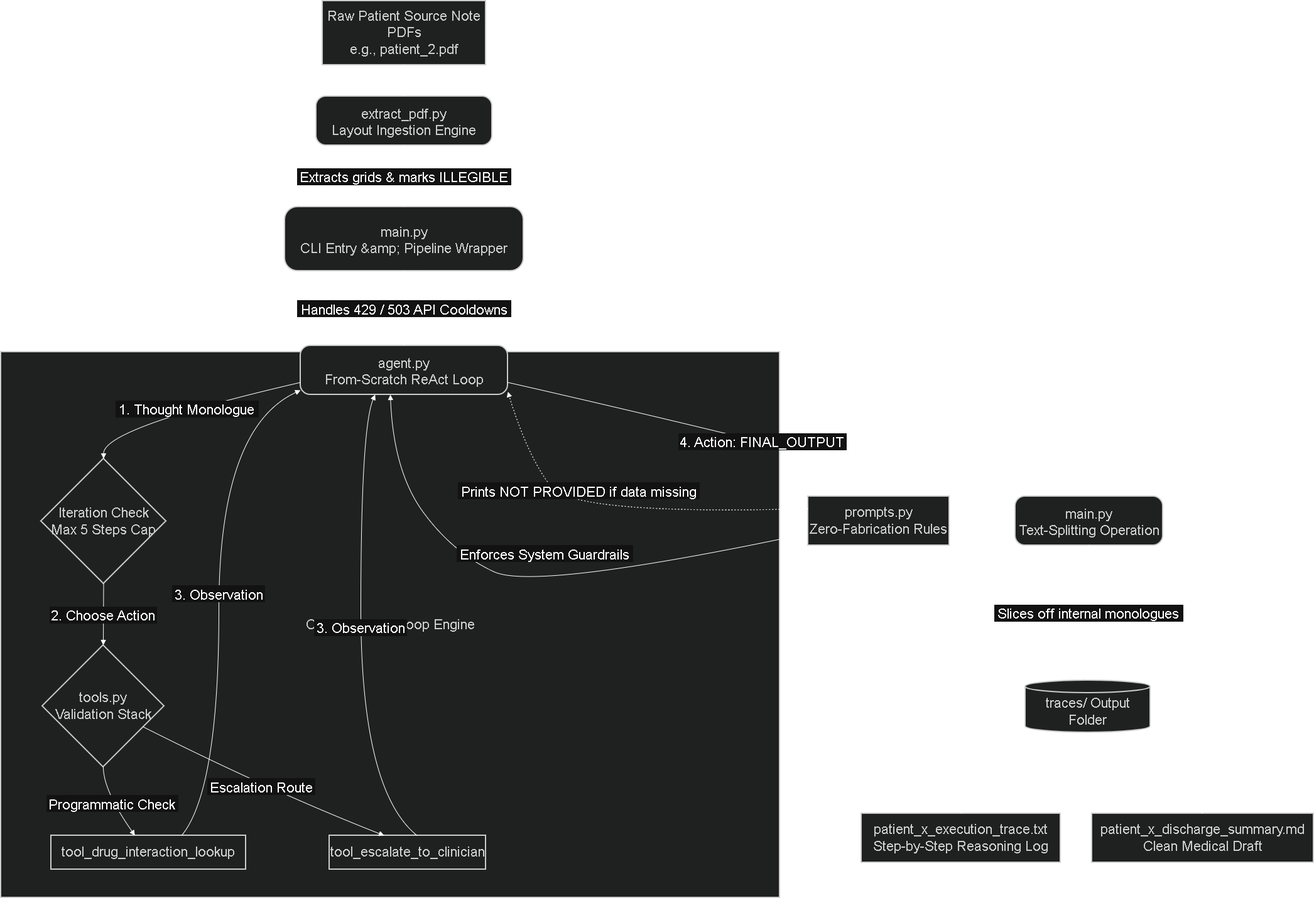
The draw.io diagram Describe_Discharge_Agent.png in karthik-k11/dscribe-discharge-agent, before a commit. Source tidied: cells renumbered, new cells last; positions are measured from the earlier drawing's top-left corner, leaving out a move shared by most shapes.
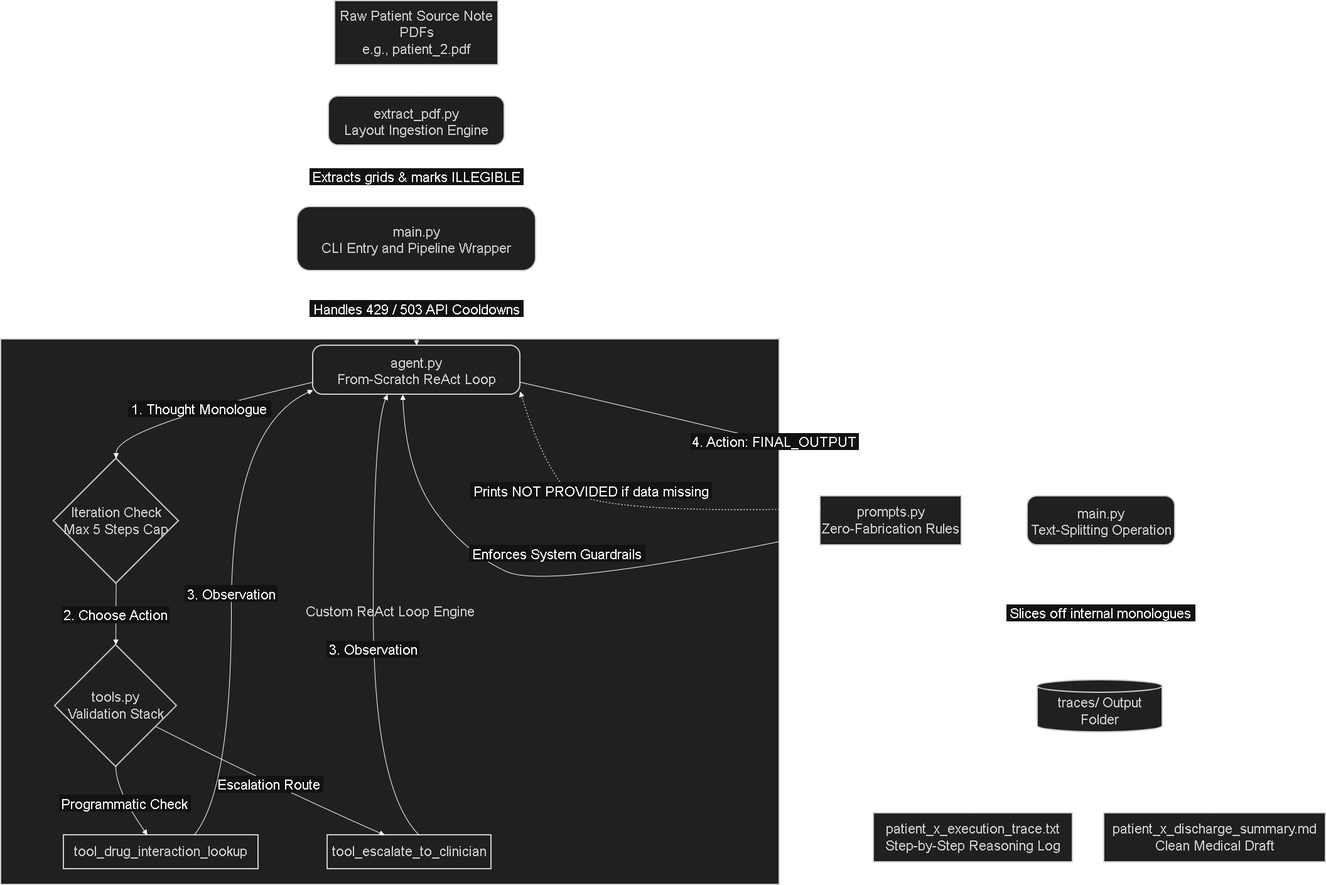
After the commit.

Commit message:
Modified the Architecture Diagram

What changed in the source:
```diff
@@ -3,7 +3,7 @@
     <mxCell id="0" />
     <mxCell id="1" parent="0" />
     <mxCell id="2" value="Custom ReAct Loop Engine" style="whiteSpace=wrap;strokeWidth=2;fillColor=light-dark(#eeeeee,#1f2020);strokeColor=light-dark(#999999,#cccccc);fontColor=light-dark(#333333,#cccccc);fontSize=22;" parent="1" vertex="1">
-      <mxGeometry y="559" width="1240" height="869" as="geometry" />
+      <mxGeometry x="-20" y="539" width="1240" height="869" as="geometry" />
     </mxCell>
     <mxCell id="3" value="Raw Patient Source Note PDFs&#10;e.g., patient_2.pdf" style="whiteSpace=wrap;strokeWidth=2;fillColor=light-dark(#eeeeee,#1f2020);strokeColor=light-dark(#999999,#cccccc);fontColor=light-dark(#333333,#cccccc);fontSize=22;" parent="1" vertex="1">
       <mxGeometry x="512" width="260" height="102" as="geometry" />
@@ -11,7 +11,7 @@
     <mxCell id="4" value="extract_pdf.py&#10;Layout Ingestion Engine" style="rounded=1;arcSize=20;strokeWidth=2;fillColor=light-dark(#eeeeee,#1f2020);strokeColor=light-dark(#999999,#cccccc);fontColor=light-dark(#333333,#cccccc);fontSize=22;" parent="1" vertex="1">
       <mxGeometry x="502" y="152" width="280" height="78" as="geometry" />
     </mxCell>
-    <mxCell id="5" value="main.py&#10;CLI Entry &amp;amp; Pipeline Wrapper" style="rounded=1;arcSize=20;strokeWidth=2;fillColor=light-dark(#eeeeee,#1f2020);strokeColor=light-dark(#999999,#cccccc);fontColor=light-dark(#333333,#cccccc);fontSize=22;" parent="1" vertex="1">
+    <mxCell id="5" value="main.py&#10;CLI Entry and Pipeline Wrapper" style="rounded=1;arcSize=20;strokeWidth=2;fillColor=light-dark(#eeeeee,#1f2020);strokeColor=light-dark(#999999,#cccccc);fontColor=light-dark(#333333,#cccccc);fontSize=22;" parent="1" vertex="1">
       <mxGeometry x="452" y="328" width="380" height="102" as="geometry" />
     </mxCell>
     <mxCell id="6" value="agent.py&#10;From-Scratch ReAct Loop" style="rounded=1;arcSize=20;strokeWidth=2;fillColor=light-dark(#eeeeee,#1f2020);strokeColor=light-dark(#999999,#cccccc);fontColor=light-dark(#333333,#cccccc);fontSize=22;" parent="1" vertex="1">
@@ -27,7 +27,7 @@
       <mxGeometry x="80" y="1329" width="310" height="54" as="geometry" />
     </mxCell>
     <mxCell id="10" value="tool_escalate_to_clinician" style="whiteSpace=wrap;strokeWidth=2;fillColor=light-dark(#eeeeee,#1f2020);strokeColor=light-dark(#999999,#cccccc);fontColor=light-dark(#333333,#cccccc);fontSize=22;" parent="1" vertex="1">
-      <mxGeometry x="523" y="1329" width="249" height="54" as="geometry" />
+      <mxGeometry x="500" y="1329" width="261" height="54" as="geometry" />
     </mxCell>
     <mxCell id="11" value="prompts.py&#10;Zero-Fabrication Rules" style="whiteSpace=wrap;strokeWidth=2;fillColor=light-dark(#eeeeee,#1f2020);strokeColor=light-dark(#999999,#cccccc);fontColor=light-dark(#333333,#cccccc);fontSize=22;" parent="1" vertex="1">
       <mxGeometry x="1285" y="789" width="225" height="78" as="geometry" />
@@ -86,7 +86,7 @@
       </mxGeometry>
     </mxCell>
     <mxCell id="24" value="3. Observation" style="curved=1;startArrow=none;endArrow=block;exitX=0.56;exitY=0;entryX=0.36;entryY=1;rounded=0;fontSize=22;" parent="1" edge="1" source="10" target="6">
-      <mxGeometry relative="1" as="geometry">
+      <mxGeometry x="-0.11" relative="1" as="geometry">
         <Array as="points">
           <mxPoint x="573" y="1257" />
           <mxPoint x="573" y="680" />
```
